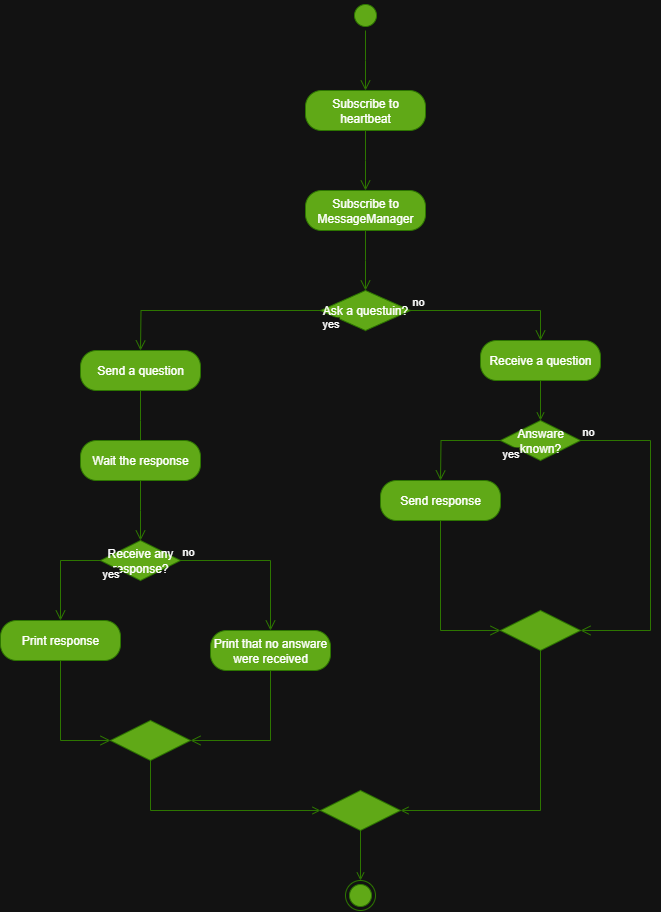
andreiStroici/DockerStudentTeacherConversation keeps this draw.io diagram as Images/Student.png. Above is the earlier version. Source tidied: cells renumbered, new cells last; positions are measured from the earlier drawing's top-left corner, leaving out a move shared by most shapes.
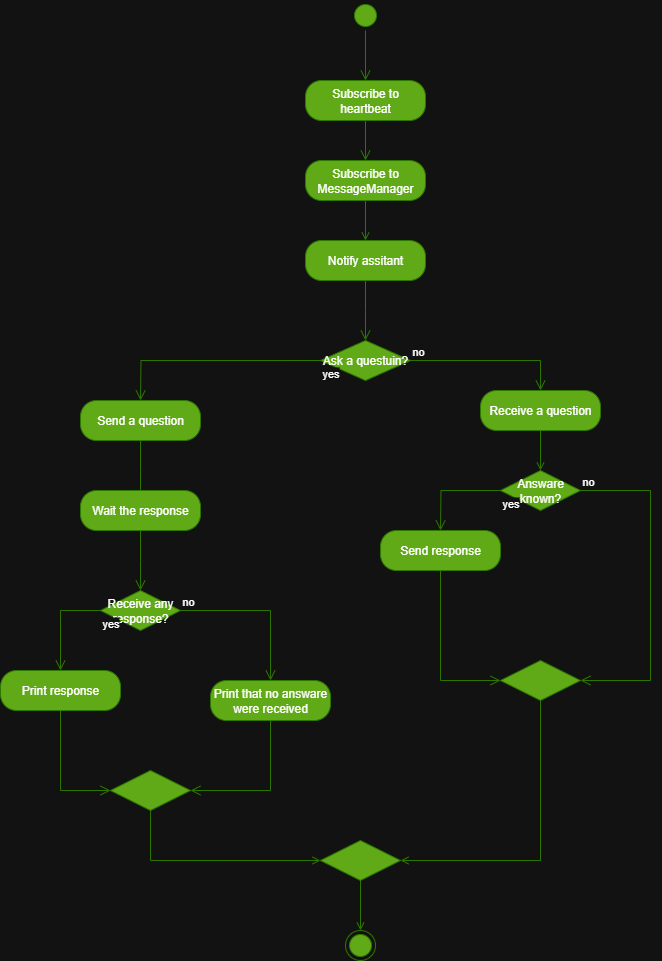
After the commit.

Commit message:
Update student activity

What changed in the source:
```diff
@@ -3,29 +3,23 @@
     <mxCell id="0" />
     <mxCell id="1" parent="0" />
     <mxCell id="2" style="ellipse;html=1;shape=startState;fillColor=#60a917;strokeColor=#2D7600;fontColor=#ffffff;" parent="1" vertex="1">
-      <mxGeometry x="350" width="30" height="30" as="geometry" />
+      <mxGeometry x="350" y="-50" width="30" height="30" as="geometry" />
     </mxCell>
-    <mxCell id="3" style="edgeStyle=orthogonalEdgeStyle;html=1;verticalAlign=bottom;endArrow=open;endSize=8;strokeColor=#2D7600;rounded=0;fillColor=#60a917;" parent="1" edge="1" source="2">
-      <mxGeometry relative="1" as="geometry">
-        <mxPoint x="365" y="90" as="targetPoint" />
-      </mxGeometry>
+    <mxCell id="3" style="edgeStyle=orthogonalEdgeStyle;html=1;verticalAlign=bottom;endArrow=open;endSize=8;strokeColor=#2D7600;rounded=0;fillColor=#60a917;" parent="1" edge="1" source="2" target="4">
+      <mxGeometry relative="1" as="geometry" />
     </mxCell>
     <mxCell id="4" value="Subscribe to heartbeat" style="rounded=1;whiteSpace=wrap;html=1;arcSize=40;fontColor=#ffffff;fillColor=#60a917;strokeColor=#2D7600;" parent="1" vertex="1">
-      <mxGeometry x="305" y="90" width="120" height="40" as="geometry" />
+      <mxGeometry x="305" y="30" width="120" height="40" as="geometry" />
     </mxCell>
-    <mxCell id="5" style="edgeStyle=orthogonalEdgeStyle;html=1;verticalAlign=bottom;endArrow=open;endSize=8;strokeColor=#2D7600;rounded=0;fillColor=#60a917;" parent="1" edge="1" source="4">
-      <mxGeometry relative="1" as="geometry">
-        <mxPoint x="365" y="190" as="targetPoint" />
-      </mxGeometry>
+    <mxCell id="5" style="edgeStyle=orthogonalEdgeStyle;html=1;verticalAlign=bottom;endArrow=open;endSize=8;strokeColor=#2D7600;rounded=0;fillColor=#60a917;entryX=0.5;entryY=0;entryDx=0;entryDy=0;" parent="1" edge="1" source="4" target="6">
+      <mxGeometry relative="1" as="geometry" />
     </mxCell>
+    <mxCell id="36" style="edgeStyle=orthogonalEdgeStyle;rounded=0;jettySize=auto;html=1;fillColor=#60a917;strokeColor=#2D7600;endArrow=open;endFill=0;" parent="1" edge="1" source="6" target="37">
+      <mxGeometry relative="1" as="geometry" />
+    </mxCell>
     <mxCell id="6" value="Subscribe to MessageManager" style="rounded=1;whiteSpace=wrap;html=1;arcSize=40;fontColor=#ffffff;fillColor=#60a917;strokeColor=#2D7600;" parent="1" vertex="1">
-      <mxGeometry x="305" y="190" width="120" height="40" as="geometry" />
+      <mxGeometry x="305" y="110" width="120" height="40" as="geometry" />
     </mxCell>
-    <mxCell id="7" style="edgeStyle=orthogonalEdgeStyle;html=1;verticalAlign=bottom;endArrow=open;endSize=8;strokeColor=#2D7600;rounded=0;fillColor=#60a917;" parent="1" edge="1" source="6">
-      <mxGeometry relative="1" as="geometry">
-        <mxPoint x="365" y="290" as="targetPoint" />
-      </mxGeometry>
-    </mxCell>
     <mxCell id="8" value="Ask a questuin?" style="rhombus;whiteSpace=wrap;html=1;fontColor=#ffffff;fillColor=#60a917;strokeColor=#2D7600;" parent="1" vertex="1">
       <mxGeometry x="320" y="290" width="90" height="40" as="geometry" />
     </mxCell>
@@ -135,5 +129,13 @@
     <mxCell id="35" style="ellipse;html=1;shape=endState;fillColor=#60a917;strokeColor=#2D7600;fontColor=#ffffff;" parent="1" vertex="1">
       <mxGeometry x="345" y="880" width="30" height="30" as="geometry" />
     </mxCell>
+    <mxCell id="37" value="Notify assitant" style="rounded=1;whiteSpace=wrap;html=1;arcSize=40;fontColor=#ffffff;fillColor=#60a917;strokeColor=#2D7600;" parent="1" vertex="1">
+      <mxGeometry x="305" y="190" width="120" height="40" as="geometry" />
+    </mxCell>
+    <mxCell id="38" style="edgeStyle=orthogonalEdgeStyle;html=1;verticalAlign=bottom;endArrow=open;endSize=8;strokeColor=#2D7600;rounded=0;fillColor=#60a917;" parent="1" edge="1" source="37">
+      <mxGeometry relative="1" as="geometry">
+        <mxPoint x="365" y="290" as="targetPoint" />
+      </mxGeometry>
+    </mxCell>
   </root>
 </mxGraphModel>
```
